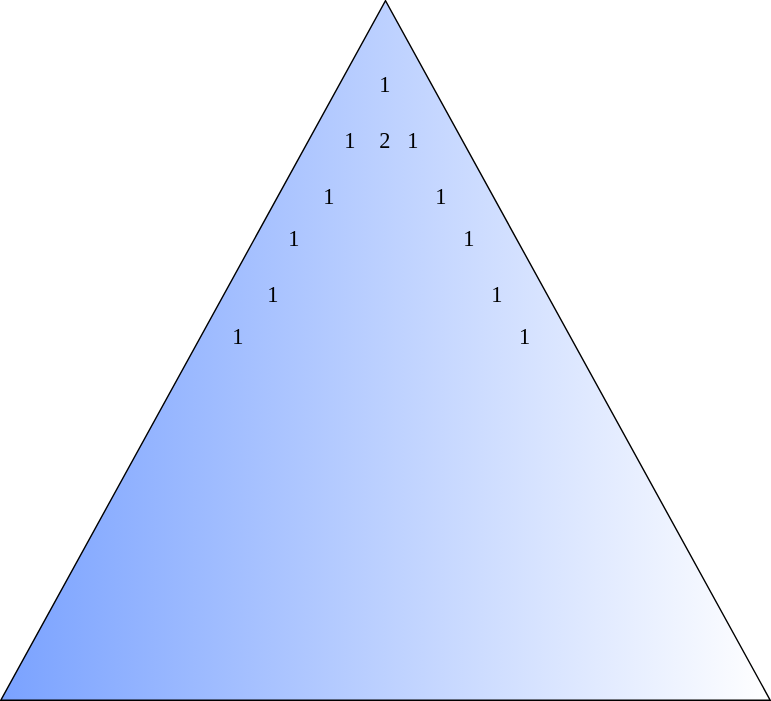
Above: Drawing/Binomial_Coefficients.svg in Memester2112/DRAWIO (draw.io), before the change. Source tidied: cells renumbered, new cells last; positions are measured from the earlier drawing's top-left corner, leaving out a move shared by most shapes. Its diagram source:
```xml
<mxGraphModel>
  <root>
    <mxCell id="0" />
    <mxCell id="1" parent="0" />
    <mxCell id="2" style="triangle;whiteSpace=wrap;html=1;direction=north;gradientColor=#ffffff;fillColor=#7AA2FF;" parent="1" vertex="1">
      <mxGeometry width="550" height="500" as="geometry" />
    </mxCell>
    <mxCell id="3" value="&lt;font style=&quot;font-size: 16px&quot; face=&quot;Verdana&quot;&gt;1&lt;/font&gt;" style="text;html=1;strokeColor=none;fillColor=none;align=center;verticalAlign=middle;whiteSpace=wrap;rounded=0;" parent="1" vertex="1">
      <mxGeometry x="255" y="50" width="40" height="20" as="geometry" />
    </mxCell>
    <mxCell id="4" value="&lt;font style=&quot;font-size: 16px&quot; face=&quot;Verdana&quot;&gt;1&lt;/font&gt;" style="text;html=1;strokeColor=none;fillColor=none;align=center;verticalAlign=middle;whiteSpace=wrap;rounded=0;" parent="1" vertex="1">
      <mxGeometry x="230" y="90" width="40" height="20" as="geometry" />
    </mxCell>
    <mxCell id="5" value="&lt;font style=&quot;font-size: 16px&quot; face=&quot;Verdana&quot;&gt;1&lt;/font&gt;" style="text;html=1;strokeColor=none;fillColor=none;align=center;verticalAlign=middle;whiteSpace=wrap;rounded=0;" parent="1" vertex="1">
      <mxGeometry x="275" y="90" width="40" height="20" as="geometry" />
    </mxCell>
    <mxCell id="6" value="&lt;font style=&quot;font-size: 16px&quot; face=&quot;Verdana&quot;&gt;1&lt;/font&gt;" style="text;html=1;strokeColor=none;fillColor=none;align=center;verticalAlign=middle;whiteSpace=wrap;rounded=0;" parent="1" vertex="1">
      <mxGeometry x="215" y="130" width="40" height="20" as="geometry" />
    </mxCell>
    <mxCell id="7" value="&lt;font style=&quot;font-size: 16px&quot; face=&quot;Verdana&quot;&gt;1&lt;/font&gt;" style="text;html=1;strokeColor=none;fillColor=none;align=center;verticalAlign=middle;whiteSpace=wrap;rounded=0;" parent="1" vertex="1">
      <mxGeometry x="295" y="130" width="40" height="20" as="geometry" />
    </mxCell>
    <mxCell id="8" value="&lt;font style=&quot;font-size: 16px&quot; face=&quot;Verdana&quot;&gt;1&lt;/font&gt;" style="text;html=1;strokeColor=none;fillColor=none;align=center;verticalAlign=middle;whiteSpace=wrap;rounded=0;" parent="1" vertex="1">
      <mxGeometry x="190" y="160" width="40" height="20" as="geometry" />
    </mxCell>
    <mxCell id="9" value="&lt;font style=&quot;font-size: 16px&quot; face=&quot;Verdana&quot;&gt;1&lt;/font&gt;" style="text;html=1;strokeColor=none;fillColor=none;align=center;verticalAlign=middle;whiteSpace=wrap;rounded=0;" parent="1" vertex="1">
      <mxGeometry x="315" y="160" width="40" height="20" as="geometry" />
    </mxCell>
    <mxCell id="10" value="&lt;font style=&quot;font-size: 16px&quot; face=&quot;Verdana&quot;&gt;1&lt;/font&gt;" style="text;html=1;strokeColor=none;fillColor=none;align=center;verticalAlign=middle;whiteSpace=wrap;rounded=0;" parent="1" vertex="1">
      <mxGeometry x="175" y="200" width="40" height="20" as="geometry" />
    </mxCell>
    <mxCell id="11" value="&lt;font style=&quot;font-size: 16px&quot; face=&quot;Verdana&quot;&gt;1&lt;/font&gt;" style="text;html=1;strokeColor=none;fillColor=none;align=center;verticalAlign=middle;whiteSpace=wrap;rounded=0;" parent="1" vertex="1">
      <mxGeometry x="335" y="200" width="40" height="20" as="geometry" />
    </mxCell>
    <mxCell id="12" value="&lt;font style=&quot;font-size: 16px&quot; face=&quot;Verdana&quot;&gt;1&lt;/font&gt;" style="text;html=1;strokeColor=none;fillColor=none;align=center;verticalAlign=middle;whiteSpace=wrap;rounded=0;" parent="1" vertex="1">
      <mxGeometry x="150" y="230" width="40" height="20" as="geometry" />
    </mxCell>
    <mxCell id="13" value="&lt;font style=&quot;font-size: 16px&quot; face=&quot;Verdana&quot;&gt;1&lt;/font&gt;" style="text;html=1;strokeColor=none;fillColor=none;align=center;verticalAlign=middle;whiteSpace=wrap;rounded=0;" parent="1" vertex="1">
      <mxGeometry x="355" y="230" width="40" height="20" as="geometry" />
    </mxCell>
    <mxCell id="14" value="&lt;font style=&quot;font-size: 16px&quot; face=&quot;Verdana&quot;&gt;2&lt;/font&gt;" style="text;html=1;strokeColor=none;fillColor=none;align=center;verticalAlign=middle;whiteSpace=wrap;rounded=0;" parent="1" vertex="1">
      <mxGeometry x="255" y="90" width="40" height="20" as="geometry" />
    </mxCell>
  </root>
</mxGraphModel>
```
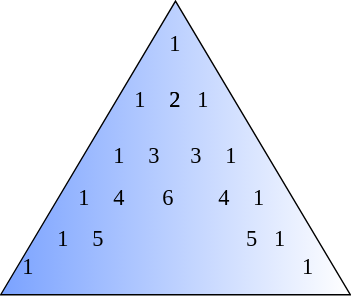
After the change.

Change to the diagram source:
```diff
@@ -3,7 +3,7 @@
     <mxCell id="0" />
     <mxCell id="1" parent="0" />
     <mxCell id="2" style="triangle;whiteSpace=wrap;html=1;direction=north;gradientColor=#ffffff;fillColor=#7AA2FF;" parent="1" vertex="1">
-      <mxGeometry width="550" height="500" as="geometry" />
+      <mxGeometry x="150" y="30" width="250" height="210" as="geometry" />
     </mxCell>
     <mxCell id="3" value="&lt;font style=&quot;font-size: 16px&quot; face=&quot;Verdana&quot;&gt;1&lt;/font&gt;" style="text;html=1;strokeColor=none;fillColor=none;align=center;verticalAlign=middle;whiteSpace=wrap;rounded=0;" parent="1" vertex="1">
       <mxGeometry x="255" y="50" width="40" height="20" as="geometry" />
@@ -27,19 +27,46 @@
       <mxGeometry x="315" y="160" width="40" height="20" as="geometry" />
     </mxCell>
     <mxCell id="10" value="&lt;font style=&quot;font-size: 16px&quot; face=&quot;Verdana&quot;&gt;1&lt;/font&gt;" style="text;html=1;strokeColor=none;fillColor=none;align=center;verticalAlign=middle;whiteSpace=wrap;rounded=0;" parent="1" vertex="1">
-      <mxGeometry x="175" y="200" width="40" height="20" as="geometry" />
+      <mxGeometry x="175" y="190" width="40" height="20" as="geometry" />
     </mxCell>
     <mxCell id="11" value="&lt;font style=&quot;font-size: 16px&quot; face=&quot;Verdana&quot;&gt;1&lt;/font&gt;" style="text;html=1;strokeColor=none;fillColor=none;align=center;verticalAlign=middle;whiteSpace=wrap;rounded=0;" parent="1" vertex="1">
-      <mxGeometry x="335" y="200" width="40" height="20" as="geometry" />
+      <mxGeometry x="330" y="190" width="40" height="20" as="geometry" />
     </mxCell>
     <mxCell id="12" value="&lt;font style=&quot;font-size: 16px&quot; face=&quot;Verdana&quot;&gt;1&lt;/font&gt;" style="text;html=1;strokeColor=none;fillColor=none;align=center;verticalAlign=middle;whiteSpace=wrap;rounded=0;" parent="1" vertex="1">
-      <mxGeometry x="150" y="230" width="40" height="20" as="geometry" />
+      <mxGeometry x="150" y="210" width="40" height="20" as="geometry" />
     </mxCell>
     <mxCell id="13" value="&lt;font style=&quot;font-size: 16px&quot; face=&quot;Verdana&quot;&gt;1&lt;/font&gt;" style="text;html=1;strokeColor=none;fillColor=none;align=center;verticalAlign=middle;whiteSpace=wrap;rounded=0;" parent="1" vertex="1">
-      <mxGeometry x="355" y="230" width="40" height="20" as="geometry" />
+      <mxGeometry x="350" y="210" width="40" height="20" as="geometry" />
     </mxCell>
     <mxCell id="14" value="&lt;font style=&quot;font-size: 16px&quot; face=&quot;Verdana&quot;&gt;2&lt;/font&gt;" style="text;html=1;strokeColor=none;fillColor=none;align=center;verticalAlign=middle;whiteSpace=wrap;rounded=0;" parent="1" vertex="1">
       <mxGeometry x="255" y="90" width="40" height="20" as="geometry" />
     </mxCell>
+    <mxCell id="15" value="&lt;font style=&quot;font-size: 16px&quot; face=&quot;Verdana&quot;&gt;2&lt;/font&gt;" style="text;html=1;strokeColor=none;fillColor=none;align=center;verticalAlign=middle;whiteSpace=wrap;rounded=0;" parent="1" vertex="1">
+      <mxGeometry x="255" y="90" width="40" height="20" as="geometry" />
+    </mxCell>
+    <mxCell id="16" value="&lt;font style=&quot;font-size: 16px&quot; face=&quot;Verdana&quot;&gt;3&lt;/font&gt;" style="text;html=1;strokeColor=none;fillColor=none;align=center;verticalAlign=middle;whiteSpace=wrap;rounded=0;" parent="1" vertex="1">
+      <mxGeometry x="240" y="130" width="40" height="20" as="geometry" />
+    </mxCell>
+    <mxCell id="17" value="&lt;font style=&quot;font-size: 16px&quot; face=&quot;Verdana&quot;&gt;3&lt;/font&gt;" style="text;html=1;strokeColor=none;fillColor=none;align=center;verticalAlign=middle;whiteSpace=wrap;rounded=0;" parent="1" vertex="1">
+      <mxGeometry x="270" y="130" width="40" height="20" as="geometry" />
+    </mxCell>
+    <mxCell id="18" value="&lt;font style=&quot;font-size: 16px&quot; face=&quot;Verdana&quot;&gt;4&lt;/font&gt;" style="text;html=1;strokeColor=none;fillColor=none;align=center;verticalAlign=middle;whiteSpace=wrap;rounded=0;" parent="1" vertex="1">
+      <mxGeometry x="215" y="160" width="40" height="20" as="geometry" />
+    </mxCell>
+    <mxCell id="19" value="&lt;font style=&quot;font-size: 16px&quot; face=&quot;Verdana&quot;&gt;4&lt;/font&gt;" style="text;html=1;strokeColor=none;fillColor=none;align=center;verticalAlign=middle;whiteSpace=wrap;rounded=0;" parent="1" vertex="1">
+      <mxGeometry x="290" y="160" width="40" height="20" as="geometry" />
+    </mxCell>
+    <mxCell id="20" value="&lt;font style=&quot;font-size: 16px&quot; face=&quot;Verdana&quot;&gt;6&lt;/font&gt;" style="text;html=1;strokeColor=none;fillColor=none;align=center;verticalAlign=middle;whiteSpace=wrap;rounded=0;" parent="1" vertex="1">
+      <mxGeometry x="250" y="160" width="40" height="20" as="geometry" />
+    </mxCell>
+    <mxCell id="21" value="&lt;font style=&quot;font-size: 16px&quot; face=&quot;Verdana&quot;&gt;5&lt;/font&gt;" style="text;html=1;strokeColor=none;fillColor=none;align=center;verticalAlign=middle;whiteSpace=wrap;rounded=0;" parent="1" vertex="1">
+      <mxGeometry x="200" y="190" width="40" height="20" as="geometry" />
+    </mxCell>
+    <mxCell id="22" style="edgeStyle=orthogonalEdgeStyle;rounded=0;orthogonalLoop=1;jettySize=auto;html=1;exitX=0;exitY=0.5;exitDx=0;exitDy=0;" parent="1" edge="1" source="2" target="2">
+      <mxGeometry relative="1" as="geometry" />
+    </mxCell>
+    <mxCell id="23" value="&lt;font style=&quot;font-size: 16px&quot; face=&quot;Verdana&quot;&gt;5&lt;/font&gt;" style="text;html=1;strokeColor=none;fillColor=none;align=center;verticalAlign=middle;whiteSpace=wrap;rounded=0;" parent="1" vertex="1">
+      <mxGeometry x="310" y="190" width="40" height="20" as="geometry" />
+    </mxCell>
   </root>
 </mxGraphModel>
```
